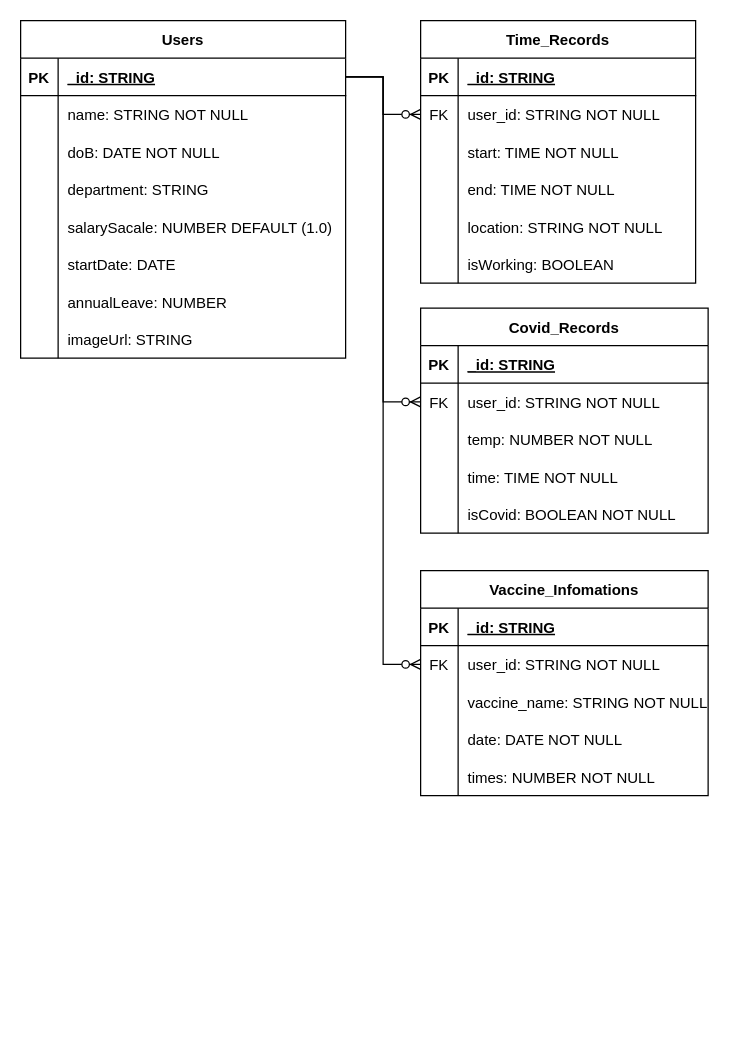
The draw.io diagram Untitled Diagram.drawio in shineofichi/StaffsManager, before the edit. Source tidied: cells renumbered, new cells numbered last; positions are measured from the earlier drawing's top-left corner, leaving out a move shared by most shapes. Both pictures are drawn from the tidied source at 125%, with x=0, y=0 at pixel (20, 20).
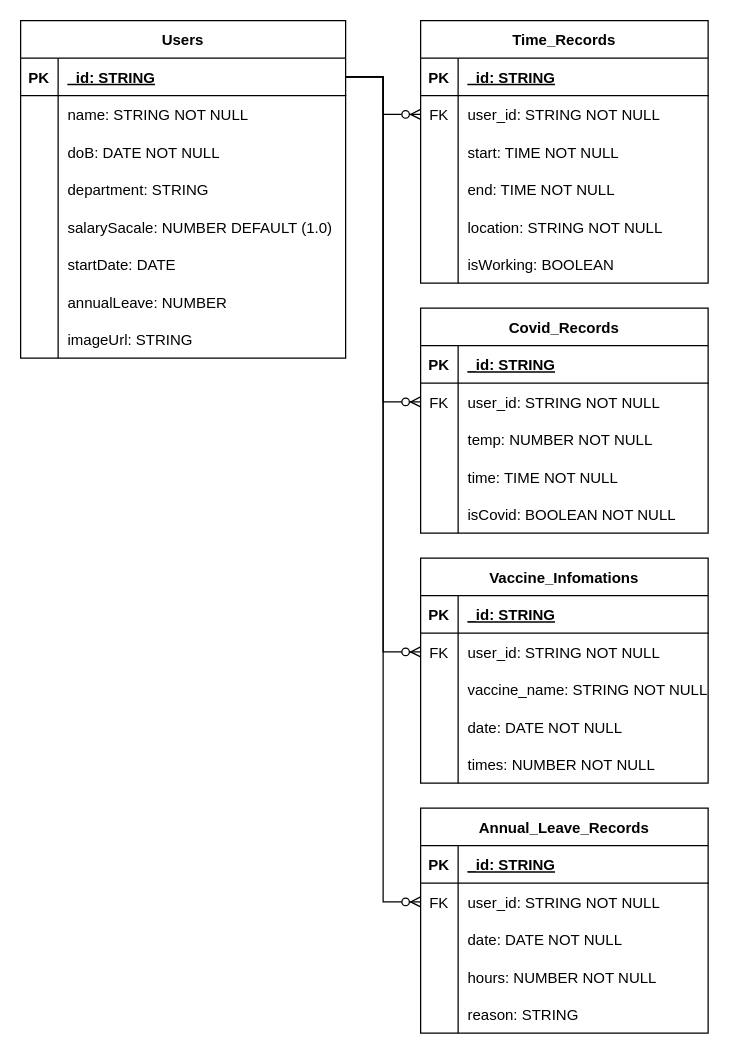
The same diagram, later.

Unchanged cells that the change refers to:
```xml
<mxCell id="3" style="shape=tableRow;horizontal=0;startSize=0;swimlaneHead=0;swimlaneBody=0;fillColor=none;points=[[0,0.5],[1,0.5]];portConstraint=eastwest;top=0;left=0;right=0;bottom=1;" parent="2" vertex="1">
  <mxGeometry y="30" width="260" height="30" as="geometry" />
</mxCell>
```

Change to the diagram source:
```diff
@@
     <mxCell id="35" value="Time_Records" style="shape=table;startSize=30;childLayout=tableLayout;rowLines=0;fontStyle=1;align=center;" parent="1" vertex="1">
-      <mxGeometry x="320" width="220" height="210" as="geometry" />
+      <mxGeometry x="320" width="230" height="210" as="geometry" />
     </mxCell>
     <mxCell id="36" style="shape=tableRow;horizontal=0;startSize=0;swimlaneHead=0;swimlaneBody=0;fillColor=none;top=0;left=0;right=0;bottom=1;" parent="35" vertex="1">
-      <mxGeometry y="30" width="220" height="30" as="geometry" />
+      <mxGeometry y="30" width="230" height="30" as="geometry" />
     </mxCell>
@@
     <mxCell id="38" value="_id: STRING" style="shape=partialRectangle;fillColor=none;top=0;left=0;bottom=0;right=0;align=left;spacingLeft=6;fontStyle=5;overflow=hidden;" parent="36" vertex="1">
-      <mxGeometry x="30" width="190" height="30" as="geometry" />
+      <mxGeometry x="30" width="200" height="30" as="geometry" />
     </mxCell>
     <mxCell id="39" style="shape=tableRow;horizontal=0;startSize=0;swimlaneHead=0;swimlaneBody=0;fillColor=none;points=[[0,0.5],[1,0.5]];portConstraint=eastwest;top=0;left=0;right=0;bottom=0;" parent="35" vertex="1">
-      <mxGeometry y="60" width="220" height="30" as="geometry" />
+      <mxGeometry y="60" width="230" height="30" as="geometry" />
     </mxCell>
@@
     <mxCell id="41" value="user_id: STRING NOT NULL" style="shape=partialRectangle;fillColor=none;top=0;left=0;bottom=0;right=0;align=left;spacingLeft=6;overflow=hidden;" parent="39" vertex="1">
-      <mxGeometry x="30" width="190" height="30" as="geometry" />
+      <mxGeometry x="30" width="200" height="30" as="geometry" />
     </mxCell>
     <mxCell id="42" style="shape=tableRow;horizontal=0;startSize=0;swimlaneHead=0;swimlaneBody=0;fillColor=none;top=0;left=0;right=0;bottom=0;" parent="35" vertex="1">
-      <mxGeometry y="90" width="220" height="30" as="geometry" />
+      <mxGeometry y="90" width="230" height="30" as="geometry" />
     </mxCell>
@@
     <mxCell id="44" value="start: TIME NOT NULL" style="shape=partialRectangle;fillColor=none;top=0;left=0;bottom=0;right=0;align=left;spacingLeft=6;overflow=hidden;" parent="42" vertex="1">
-      <mxGeometry x="30" width="190" height="30" as="geometry" />
+      <mxGeometry x="30" width="200" height="30" as="geometry" />
     </mxCell>
     <mxCell id="45" style="shape=tableRow;horizontal=0;startSize=0;swimlaneHead=0;swimlaneBody=0;fillColor=none;top=0;left=0;right=0;bottom=0;" parent="35" vertex="1">
-      <mxGeometry y="120" width="220" height="30" as="geometry" />
+      <mxGeometry y="120" width="230" height="30" as="geometry" />
     </mxCell>
@@
     <mxCell id="47" value="end: TIME NOT NULL" style="shape=partialRectangle;fillColor=none;top=0;left=0;bottom=0;right=0;align=left;spacingLeft=6;overflow=hidden;" parent="45" vertex="1">
-      <mxGeometry x="30" width="190" height="30" as="geometry" />
+      <mxGeometry x="30" width="200" height="30" as="geometry" />
     </mxCell>
     <mxCell id="48" style="shape=tableRow;horizontal=0;startSize=0;swimlaneHead=0;swimlaneBody=0;fillColor=none;top=0;left=0;right=0;bottom=0;" parent="35" vertex="1">
-      <mxGeometry y="150" width="220" height="30" as="geometry" />
+      <mxGeometry y="150" width="230" height="30" as="geometry" />
     </mxCell>
@@
     <mxCell id="50" value="location: STRING NOT NULL" style="shape=partialRectangle;fillColor=none;top=0;left=0;bottom=0;right=0;align=left;spacingLeft=6;overflow=hidden;" parent="48" vertex="1">
-      <mxGeometry x="30" width="190" height="30" as="geometry" />
+      <mxGeometry x="30" width="200" height="30" as="geometry" />
     </mxCell>
     <mxCell id="51" style="shape=tableRow;horizontal=0;startSize=0;swimlaneHead=0;swimlaneBody=0;fillColor=none;top=0;left=0;right=0;bottom=0;" parent="35" vertex="1">
-      <mxGeometry y="180" width="220" height="30" as="geometry" />
+      <mxGeometry y="180" width="230" height="30" as="geometry" />
     </mxCell>
@@
     <mxCell id="53" value="isWorking: BOOLEAN" style="shape=partialRectangle;fillColor=none;top=0;left=0;bottom=0;right=0;align=left;spacingLeft=6;overflow=hidden;" parent="51" vertex="1">
-      <mxGeometry x="30" width="190" height="30" as="geometry" />
+      <mxGeometry x="30" width="200" height="30" as="geometry" />
     </mxCell>
@@
     <mxCell id="71" value="Vaccine_Infomations" style="shape=table;startSize=30;childLayout=tableLayout;rowLines=0;fontStyle=1;align=center;" parent="1" vertex="1">
-      <mxGeometry x="320" y="440" width="230" height="180" as="geometry" />
+      <mxGeometry x="320" y="430" width="230" height="180" as="geometry" />
     </mxCell>
@@
+    <mxCell id="89" value="Annual_Leave_Records" style="shape=table;startSize=30;childLayout=tableLayout;rowLines=0;fontStyle=1;align=center;" parent="1" vertex="1">
+      <mxGeometry x="320" y="630" width="230" height="180" as="geometry" />
+    </mxCell>
+    <mxCell id="90" style="shape=tableRow;horizontal=0;startSize=0;swimlaneHead=0;swimlaneBody=0;fillColor=none;top=0;left=0;right=0;bottom=1;" parent="89" vertex="1">
+      <mxGeometry y="30" width="230" height="30" as="geometry" />
+    </mxCell>
+    <mxCell id="91" value="PK" style="shape=partialRectangle;fillColor=none;top=0;left=0;bottom=0;right=0;fontStyle=1;overflow=hidden;" parent="90" vertex="1">
+      <mxGeometry width="30" height="30" as="geometry" />
+    </mxCell>
+    <mxCell id="92" value="_id: STRING" style="shape=partialRectangle;fillColor=none;top=0;left=0;bottom=0;right=0;align=left;spacingLeft=6;fontStyle=5;overflow=hidden;" parent="90" vertex="1">
+      <mxGeometry x="30" width="200" height="30" as="geometry" />
+    </mxCell>
+    <mxCell id="93" style="shape=tableRow;horizontal=0;startSize=0;swimlaneHead=0;swimlaneBody=0;fillColor=none;points=[[0,0.5],[1,0.5]];portConstraint=eastwest;top=0;left=0;right=0;bottom=0;" parent="89" vertex="1">
+      <mxGeometry y="60" width="230" height="30" as="geometry" />
+    </mxCell>
+    <mxCell id="94" value="FK" style="shape=partialRectangle;fillColor=none;top=0;left=0;bottom=0;right=0;overflow=hidden;" parent="93" vertex="1">
+      <mxGeometry width="30" height="30" as="geometry" />
+    </mxCell>
+    <mxCell id="95" value="user_id: STRING NOT NULL" style="shape=partialRectangle;fillColor=none;top=0;left=0;bottom=0;right=0;align=left;spacingLeft=6;overflow=hidden;" parent="93" vertex="1">
+      <mxGeometry x="30" width="200" height="30" as="geometry" />
+    </mxCell>
+    <mxCell id="96" style="shape=tableRow;horizontal=0;startSize=0;swimlaneHead=0;swimlaneBody=0;fillColor=none;top=0;left=0;right=0;bottom=0;" parent="89" vertex="1">
+      <mxGeometry y="90" width="230" height="30" as="geometry" />
+    </mxCell>
+    <mxCell id="97" style="shape=partialRectangle;fillColor=none;top=0;left=0;bottom=0;right=0;overflow=hidden;" parent="96" vertex="1">
+      <mxGeometry width="30" height="30" as="geometry" />
+    </mxCell>
+    <mxCell id="98" value="date: DATE NOT NULL" style="shape=partialRectangle;fillColor=none;top=0;left=0;bottom=0;right=0;align=left;spacingLeft=6;overflow=hidden;" parent="96" vertex="1">
+      <mxGeometry x="30" width="200" height="30" as="geometry" />
+    </mxCell>
+    <mxCell id="99" style="shape=tableRow;horizontal=0;startSize=0;swimlaneHead=0;swimlaneBody=0;fillColor=none;top=0;left=0;right=0;bottom=0;" parent="89" vertex="1">
+      <mxGeometry y="120" width="230" height="30" as="geometry" />
+    </mxCell>
+    <mxCell id="100" style="shape=partialRectangle;fillColor=none;top=0;left=0;bottom=0;right=0;overflow=hidden;" parent="99" vertex="1">
+      <mxGeometry width="30" height="30" as="geometry" />
+    </mxCell>
+    <mxCell id="101" value="hours: NUMBER NOT NULL" style="shape=partialRectangle;fillColor=none;top=0;left=0;bottom=0;right=0;align=left;spacingLeft=6;overflow=hidden;" parent="99" vertex="1">
+      <mxGeometry x="30" width="200" height="30" as="geometry" />
+    </mxCell>
+    <mxCell id="102" style="shape=tableRow;horizontal=0;startSize=0;swimlaneHead=0;swimlaneBody=0;fillColor=none;top=0;left=0;right=0;bottom=0;" parent="89" vertex="1">
+      <mxGeometry y="150" width="230" height="30" as="geometry" />
+    </mxCell>
+    <mxCell id="103" style="shape=partialRectangle;fillColor=none;top=0;left=0;bottom=0;right=0;overflow=hidden;" parent="102" vertex="1">
+      <mxGeometry width="30" height="30" as="geometry" />
+    </mxCell>
+    <mxCell id="104" value="reason: STRING" style="shape=partialRectangle;fillColor=none;top=0;left=0;bottom=0;right=0;align=left;spacingLeft=6;overflow=hidden;" parent="102" vertex="1">
+      <mxGeometry x="30" width="200" height="30" as="geometry" />
+    </mxCell>
+    <mxCell id="105" style="edgeStyle=entityRelationEdgeStyle;fontSize=12;html=1;endArrow=ERzeroToMany;endFill=1;rounded=0;exitX=1;exitY=0.5;exitDx=0;exitDy=0;entryX=0;entryY=0.5;entryDx=0;entryDy=0;" parent="1" edge="1" source="3" target="93">
+      <mxGeometry relative="1" as="geometry" />
+    </mxCell>
```
